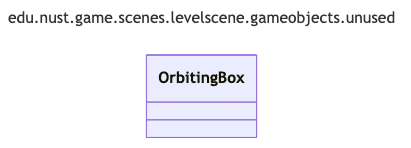
Earlier version of the Mermaid export uml/generated/png/package_edu_nust_game_scenes_levelscene_gameobjects_unused.png (zombie-zero-nust/zombie-zero). Its source is kept beside it as uml/generated/mmd/package_edu_nust_game_scenes_levelscene_gameobjects_unused.mmd. Source of this version:
```mermaid
---
title: edu.nust.game.scenes.levelscene.gameobjects.unused
config:
  look: classic
  layout: dagre
  flowchart:
    curve: linear
  class:
    defaultRenderer: dagre-wrapper
---
classDiagram
class OrbitingBox
```
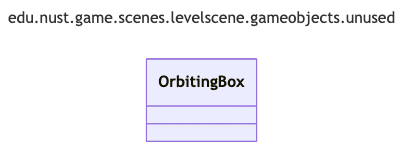
The same diagram one commit later.

Change to the diagram source:
```diff
@@ -2,11 +2,11 @@
 title: edu.nust.game.scenes.levelscene.gameobjects.unused
 config:
   look: classic
-  layout: dagre
+  layout: elk
   flowchart:
     curve: linear
   class:
     defaultRenderer: dagre-wrapper
 ---
 classDiagram
-class OrbitingBox
+  class OrbitingBox
```
